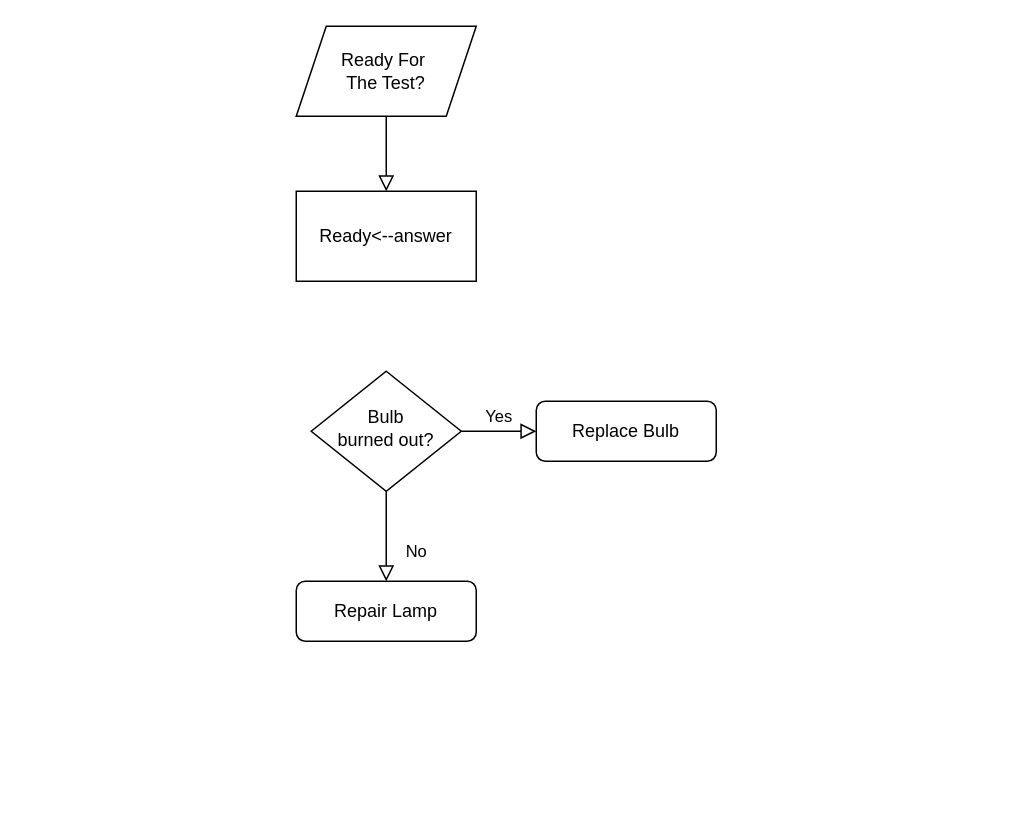
Above: Player Level.drawio in NickosDalkidis/PlayerLevel (draw.io), before the change. Source tidied: cells renumbered, new cells numbered last; positions are measured from the earlier drawing's top-left corner, leaving out a move shared by most shapes. Both pictures are drawn from the tidied source at 150%, with x=0, y=0 at pixel (296, 26).
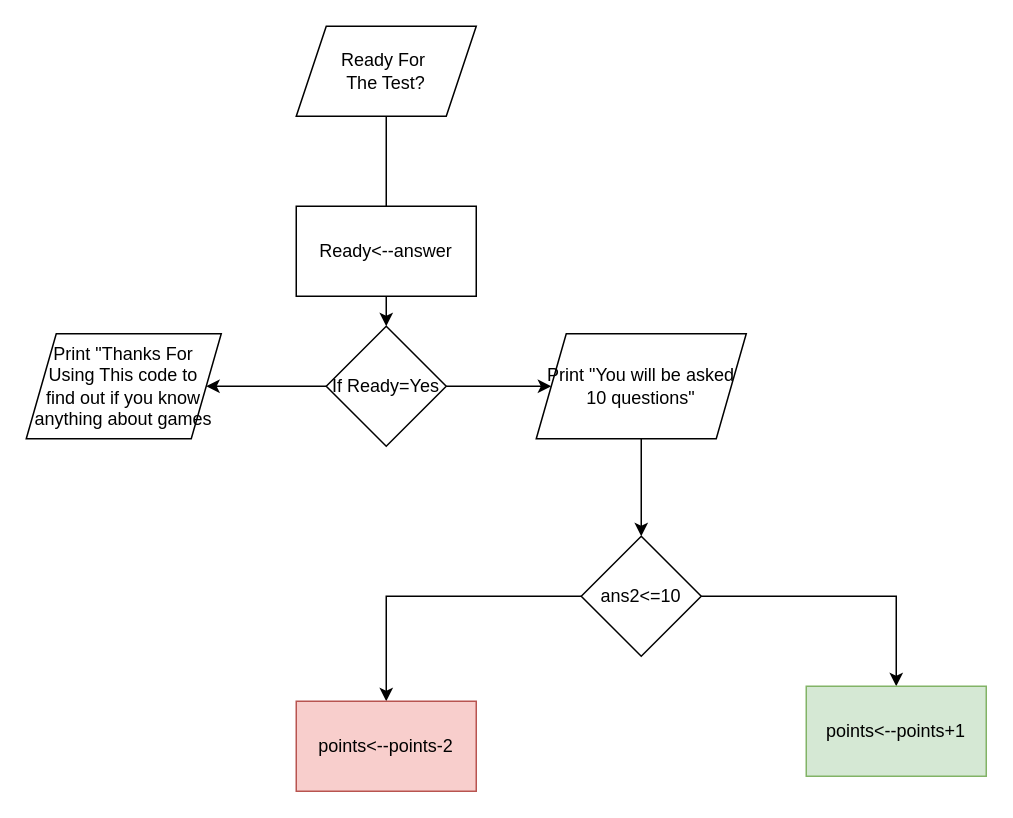
After the change.

Diff of the diagram source:
```diff
@@
 <mxGraphModel>
   <root>
     <mxCell id="0" />
     <mxCell id="1" parent="0" />
-    <mxCell id="2" style="rounded=0;html=1;jettySize=auto;orthogonalLoop=1;fontSize=11;endArrow=block;endFill=0;endSize=8;strokeWidth=1;shadow=0;labelBackgroundColor=none;edgeStyle=orthogonalEdgeStyle;" parent="1" edge="1">
-      <mxGeometry relative="1" as="geometry">
-        <mxPoint x="60" y="60" as="sourcePoint" />
-        <mxPoint x="60" y="110" as="targetPoint" />
-      </mxGeometry>
-    </mxCell>
-    <mxCell id="3" value="No" style="rounded=0;html=1;jettySize=auto;fontSize=11;endArrow=block;endFill=0;endSize=8;strokeWidth=1;shadow=0;labelBackgroundColor=none;edgeStyle=orthogonalEdgeStyle;" parent="1" edge="1" source="5" target="6">
-      <mxGeometry x="0.33" y="20" relative="1" as="geometry" />
-    </mxCell>
-    <mxCell id="4" value="Yes" style="edgeStyle=orthogonalEdgeStyle;rounded=0;html=1;jettySize=auto;fontSize=11;endArrow=block;endFill=0;endSize=8;strokeWidth=1;shadow=0;labelBackgroundColor=none;" parent="1" edge="1" source="5" target="7">
-      <mxGeometry y="10" relative="1" as="geometry" />
-    </mxCell>
-    <mxCell id="5" value="Bulb&lt;br&gt;burned out?" style="rhombus;whiteSpace=wrap;html=1;shadow=0;fontFamily=Helvetica;fontSize=12;align=center;strokeWidth=1;spacing=6;spacingTop=-4;" parent="1" vertex="1">
-      <mxGeometry x="10" y="230" width="100" height="80" as="geometry" />
-    </mxCell>
-    <mxCell id="6" value="Repair Lamp" style="rounded=1;whiteSpace=wrap;html=1;fontSize=12;glass=0;strokeWidth=1;shadow=0;" parent="1" vertex="1">
-      <mxGeometry y="370" width="120" height="40" as="geometry" />
-    </mxCell>
-    <mxCell id="7" value="Replace Bulb" style="rounded=1;whiteSpace=wrap;html=1;fontSize=12;glass=0;strokeWidth=1;shadow=0;" parent="1" vertex="1">
-      <mxGeometry x="160" y="250" width="120" height="40" as="geometry" />
-    </mxCell>
+    <mxCell id="10" style="edgeStyle=orthogonalEdgeStyle;rounded=0;jettySize=auto;html=1;" parent="1" edge="1" source="8" target="20">
+      <mxGeometry relative="1" as="geometry" />
+    </mxCell>
     <mxCell id="8" value="Ready For&amp;nbsp;&lt;br&gt;The Test?" style="shape=parallelogram;perimeter=parallelogramPerimeter;whiteSpace=wrap;html=1;fixedSize=1;" parent="1" vertex="1">
       <mxGeometry width="120" height="60" as="geometry" />
     </mxCell>
     <mxCell id="9" value="Ready&amp;lt;--answer" style="rounded=0;whiteSpace=wrap;html=1;" parent="1" vertex="1">
-      <mxGeometry y="110" width="120" height="60" as="geometry" />
+      <mxGeometry y="120" width="120" height="60" as="geometry" />
     </mxCell>
+    <mxCell id="11" style="edgeStyle=orthogonalEdgeStyle;rounded=0;jettySize=auto;html=1;" parent="1" edge="1" source="12" target="15">
+      <mxGeometry relative="1" as="geometry" />
+    </mxCell>
+    <mxCell id="12" value="Print &quot;You will be asked 10 questions&quot;" style="shape=parallelogram;perimeter=parallelogramPerimeter;whiteSpace=wrap;html=1;fixedSize=1;" parent="1" vertex="1">
+      <mxGeometry x="160" y="205" width="140" height="70" as="geometry" />
+    </mxCell>
+    <mxCell id="13" style="edgeStyle=orthogonalEdgeStyle;rounded=0;jettySize=auto;html=1;" parent="1" edge="1" source="15" target="16">
+      <mxGeometry relative="1" as="geometry" />
+    </mxCell>
+    <mxCell id="14" style="edgeStyle=orthogonalEdgeStyle;rounded=0;jettySize=auto;html=1;" parent="1" edge="1" source="15" target="17">
+      <mxGeometry relative="1" as="geometry" />
+    </mxCell>
+    <mxCell id="15" value="ans2&amp;lt;=10" style="rhombus;whiteSpace=wrap;html=1;" parent="1" vertex="1">
+      <mxGeometry x="190" y="340" width="80" height="80" as="geometry" />
+    </mxCell>
+    <mxCell id="16" value="points&amp;lt;--points+1" style="whiteSpace=wrap;html=1;fillColor=#d5e8d4;strokeColor=#82b366;" parent="1" vertex="1">
+      <mxGeometry x="340" y="440" width="120" height="60" as="geometry" />
+    </mxCell>
+    <mxCell id="17" value="points&amp;lt;--points-2" style="whiteSpace=wrap;html=1;fillColor=#f8cecc;strokeColor=#b85450;" parent="1" vertex="1">
+      <mxGeometry y="450" width="120" height="60" as="geometry" />
+    </mxCell>
+    <mxCell id="18" style="edgeStyle=orthogonalEdgeStyle;rounded=0;jettySize=auto;html=1;" parent="1" edge="1" source="20" target="12">
+      <mxGeometry relative="1" as="geometry" />
+    </mxCell>
+    <mxCell id="19" style="edgeStyle=orthogonalEdgeStyle;rounded=0;jettySize=auto;html=1;" parent="1" edge="1" source="20" target="21">
+      <mxGeometry relative="1" as="geometry" />
+    </mxCell>
+    <mxCell id="20" value="If Ready=Yes" style="rhombus;whiteSpace=wrap;html=1;" parent="1" vertex="1">
+      <mxGeometry x="20" y="200" width="80" height="80" as="geometry" />
+    </mxCell>
+    <mxCell id="21" value="Print &quot;Thanks For&lt;br&gt;Using This code to&lt;br&gt;find out if you know&lt;br&gt;anything about games&lt;br&gt;" style="shape=parallelogram;perimeter=parallelogramPerimeter;whiteSpace=wrap;html=1;fixedSize=1;" parent="1" vertex="1">
+      <mxGeometry x="-180" y="205" width="130" height="70" as="geometry" />
+    </mxCell>
   </root>
 </mxGraphModel>
```
